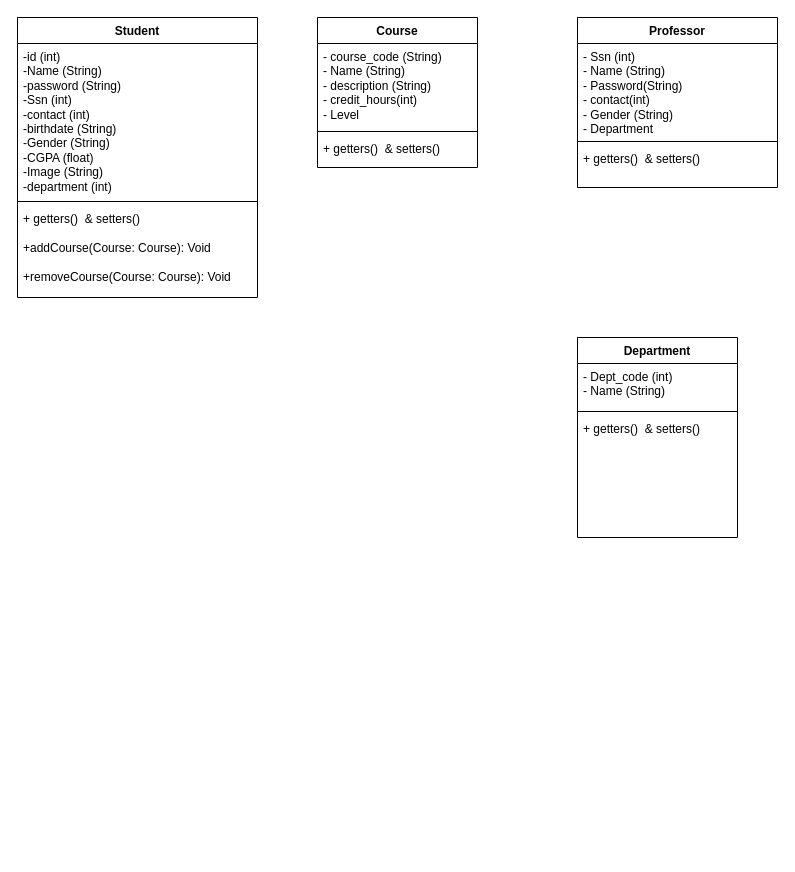
Earlier version of the draw.io diagram diagrams/Untitled Diagram.drawio (DiaaAhmedHassan/university_system). Source tidied: cells renumbered, new cells numbered last; positions are measured from the earlier drawing's top-left corner, leaving out a move shared by most shapes. Both pictures are drawn from the tidied source at 100%, with x=0, y=0 at pixel (17, 17).
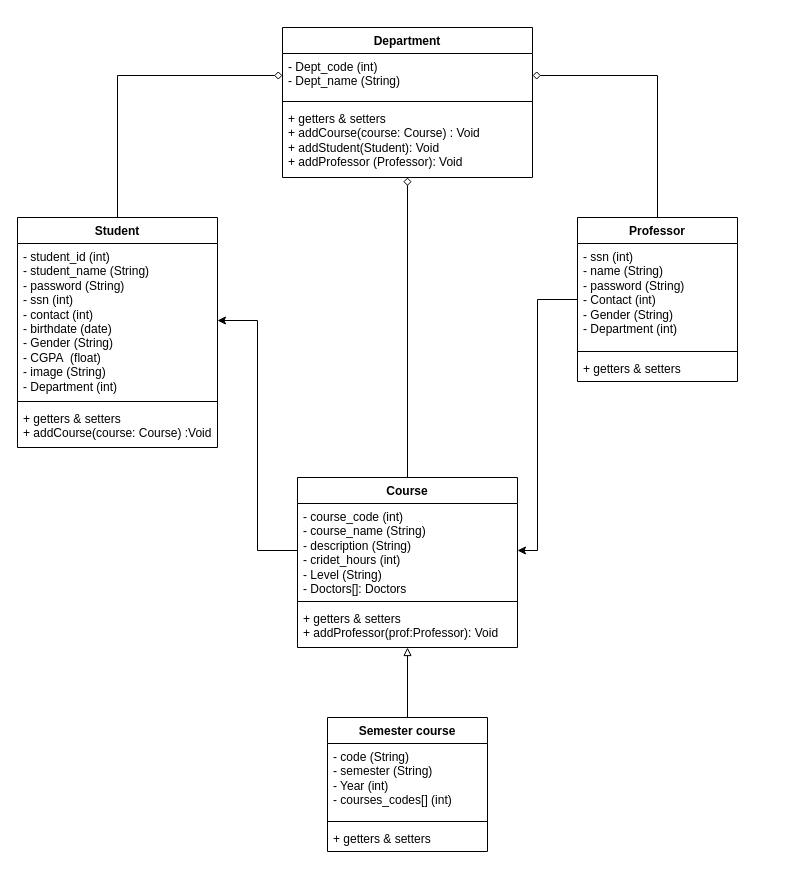
The same diagram, later.

Diff of the diagram source:
```diff
@@
+    <mxCell id="14" value="Department" style="swimlane;fontStyle=1;align=center;verticalAlign=top;horizontal=1;startSize=26;whiteSpace=wrap;html=1;" parent="1" vertex="1">
+      <mxGeometry x="265" y="10" width="250" height="150" as="geometry" />
+    </mxCell>
+    <mxCell id="18" value="- Dept_code (int)&lt;br&gt;- Dept_name (String)" style="text;strokeColor=none;fillColor=none;align=left;verticalAlign=top;spacingLeft=4;spacingRight=4;overflow=hidden;points=[[0,0.5],[1,0.5]];portConstraint=eastwest;whiteSpace=wrap;html=1;" parent="14" vertex="1">
+      <mxGeometry y="26" width="250" height="44" as="geometry" />
+    </mxCell>
+    <mxCell id="19" style="line;strokeWidth=1;fillColor=none;align=left;verticalAlign=middle;spacingTop=-1;spacingLeft=3;spacingRight=3;labelPosition=right;strokeColor=inherit;" parent="14" vertex="1">
+      <mxGeometry y="70" width="250" height="8" as="geometry" />
+    </mxCell>
+    <mxCell id="20" value="+ getters &amp;amp; setters&lt;br&gt;+ addCourse(course: Course) : Void&lt;br&gt;+ addStudent(Student): Void&lt;br&gt;+ addProfessor (Professor): Void" style="text;strokeColor=none;fillColor=none;align=left;verticalAlign=top;spacingLeft=4;spacingRight=4;overflow=hidden;points=[[0,0.5],[1,0.5]];portConstraint=eastwest;whiteSpace=wrap;html=1;" parent="14" vertex="1">
+      <mxGeometry y="78" width="250" height="72" as="geometry" />
+    </mxCell>
+    <mxCell id="21" style="edgeStyle=orthogonalEdgeStyle;rounded=0;jettySize=auto;html=1;entryX=0;entryY=0.5;entryDx=0;entryDy=0;endArrow=diamond;endFill=0;" parent="1" edge="1" source="2" target="18">
+      <mxGeometry relative="1" as="geometry" />
+    </mxCell>
     <mxCell id="2" value="Student" style="swimlane;fontStyle=1;align=center;verticalAlign=top;horizontal=1;startSize=26;whiteSpace=wrap;html=1;" parent="1" vertex="1">
-      <mxGeometry width="240" height="280" as="geometry" />
+      <mxGeometry y="200" width="200" height="230" as="geometry" />
     </mxCell>
-    <mxCell id="3" value="-id (int)&lt;br&gt;-Name (String)&lt;br&gt;-password (String)&lt;br&gt;-Ssn (int)&lt;br&gt;-contact (int)&lt;br&gt;-birthdate (String)&lt;br&gt;-Gender (String)&lt;br&gt;-CGPA (float)&lt;br&gt;-Image (String)&lt;br&gt;-department (int)" style="text;strokeColor=none;fillColor=none;align=left;verticalAlign=top;spacingLeft=4;spacingRight=4;overflow=hidden;whiteSpace=wrap;html=1;" parent="2" vertex="1">
-      <mxGeometry y="26" width="240" height="154" as="geometry" />
-    </mxCell>
-    <mxCell id="4" style="line;strokeWidth=1;fillColor=none;align=left;verticalAlign=middle;spacingTop=-1;spacingLeft=3;spacingRight=3;labelPosition=right;strokeColor=inherit;" parent="2" vertex="1">
-      <mxGeometry y="180" width="240" height="8" as="geometry" />
-    </mxCell>
-    <mxCell id="5" value="+ getters()&amp;nbsp; &amp;amp; setters()&lt;br&gt;&lt;br&gt;+addCourse(Course: Course): Void&lt;br&gt;&lt;br&gt;+removeCourse(Course: Course): Void&lt;br&gt;" style="text;strokeColor=none;fillColor=none;align=left;verticalAlign=top;spacingLeft=4;spacingRight=4;overflow=hidden;whiteSpace=wrap;html=1;" parent="2" vertex="1">
-      <mxGeometry y="188" width="240" height="92" as="geometry" />
-    </mxCell>
+    <mxCell id="22" value="- student_id (int)&lt;br&gt;- student_name (String)&lt;br&gt;- password (String)&lt;br&gt;- ssn (int)&lt;br&gt;- contact (int)&lt;br&gt;- birthdate (date)&lt;br&gt;- Gender (String)&lt;br&gt;- CGPA&amp;nbsp; (float)&lt;br&gt;- image (String)&lt;br&gt;- Department (int)&lt;div&gt;&lt;br/&gt;&lt;/div&gt;" style="text;strokeColor=none;fillColor=none;align=left;verticalAlign=top;spacingLeft=4;spacingRight=4;overflow=hidden;points=[[0,0.5],[1,0.5]];portConstraint=eastwest;whiteSpace=wrap;html=1;" parent="2" vertex="1">
+      <mxGeometry y="26" width="200" height="154" as="geometry" />
+    </mxCell>
+    <mxCell id="23" style="line;strokeWidth=1;fillColor=none;align=left;verticalAlign=middle;spacingTop=-1;spacingLeft=3;spacingRight=3;labelPosition=right;strokeColor=inherit;" parent="2" vertex="1">
+      <mxGeometry y="180" width="200" height="8" as="geometry" />
+    </mxCell>
+    <mxCell id="24" value="+ getters &amp;amp; setters&lt;br&gt;+ addCourse(course: Course) :Void" style="text;strokeColor=none;fillColor=none;align=left;verticalAlign=top;spacingLeft=4;spacingRight=4;overflow=hidden;whiteSpace=wrap;html=1;" parent="2" vertex="1">
+      <mxGeometry y="188" width="200" height="42" as="geometry" />
+    </mxCell>
+    <mxCell id="25" style="edgeStyle=orthogonalEdgeStyle;rounded=0;jettySize=auto;html=1;entryX=1;entryY=0.5;entryDx=0;entryDy=0;" parent="1" edge="1" source="6" target="30">
+      <mxGeometry relative="1" as="geometry">
+        <Array as="points">
+          <mxPoint x="520" y="282" />
+          <mxPoint x="520" y="533" />
+        </Array>
+      </mxGeometry>
+    </mxCell>
+    <mxCell id="26" style="edgeStyle=orthogonalEdgeStyle;rounded=0;jettySize=auto;html=1;entryX=1;entryY=0.5;entryDx=0;entryDy=0;endArrow=diamond;endFill=0;" parent="1" edge="1" source="6" target="18">
+      <mxGeometry relative="1" as="geometry" />
+    </mxCell>
     <mxCell id="6" value="Professor" style="swimlane;fontStyle=1;align=center;verticalAlign=top;horizontal=1;startSize=26;whiteSpace=wrap;html=1;" parent="1" vertex="1">
-      <mxGeometry x="560" width="200" height="170" as="geometry" />
+      <mxGeometry x="560" y="200" width="160" height="164" as="geometry" />
     </mxCell>
-    <mxCell id="7" value="- Ssn (int)&lt;br&gt;- Name (String)&lt;br&gt;- Password(String)&lt;br&gt;- contact(int)&lt;br&gt;- Gender (String)&lt;br&gt;- Department" style="text;strokeColor=none;fillColor=none;align=left;verticalAlign=top;spacingLeft=4;spacingRight=4;overflow=hidden;whiteSpace=wrap;html=1;" parent="6" vertex="1">
-      <mxGeometry y="26" width="200" height="94" as="geometry" />
-    </mxCell>
-    <mxCell id="8" style="line;strokeWidth=1;fillColor=none;align=left;verticalAlign=middle;spacingTop=-1;spacingLeft=3;spacingRight=3;labelPosition=right;strokeColor=inherit;" parent="6" vertex="1">
-      <mxGeometry y="120" width="200" height="8" as="geometry" />
-    </mxCell>
-    <mxCell id="9" value="+ getters()&amp;nbsp; &amp;amp; setters()&lt;br&gt;&lt;br&gt;" style="text;strokeColor=none;fillColor=none;align=left;verticalAlign=top;spacingLeft=4;spacingRight=4;overflow=hidden;whiteSpace=wrap;html=1;" parent="6" vertex="1">
-      <mxGeometry y="128" width="200" height="42" as="geometry" />
-    </mxCell>
+    <mxCell id="27" value="- ssn (int)&lt;br&gt;- name (String)&lt;br&gt;- password (String)&lt;br&gt;- Contact (int)&lt;br&gt;- Gender (String)&lt;br&gt;- Department (int)" style="text;strokeColor=none;fillColor=none;align=left;verticalAlign=top;spacingLeft=4;spacingRight=4;overflow=hidden;whiteSpace=wrap;html=1;" parent="6" vertex="1">
+      <mxGeometry y="26" width="160" height="104" as="geometry" />
+    </mxCell>
+    <mxCell id="28" style="line;strokeWidth=1;fillColor=none;align=left;verticalAlign=middle;spacingTop=-1;spacingLeft=3;spacingRight=3;labelPosition=right;strokeColor=inherit;" parent="6" vertex="1">
+      <mxGeometry y="130" width="160" height="8" as="geometry" />
+    </mxCell>
+    <mxCell id="29" value="+ getters &amp;amp; setters" style="text;strokeColor=none;fillColor=none;align=left;verticalAlign=top;spacingLeft=4;spacingRight=4;overflow=hidden;whiteSpace=wrap;html=1;" parent="6" vertex="1">
+      <mxGeometry y="138" width="160" height="26" as="geometry" />
+    </mxCell>
     <mxCell id="10" value="Course" style="swimlane;fontStyle=1;align=center;verticalAlign=top;horizontal=1;startSize=26;whiteSpace=wrap;html=1;" parent="1" vertex="1">
-      <mxGeometry x="300" width="160" height="150" as="geometry" />
+      <mxGeometry x="280" y="460" width="220" height="170" as="geometry" />
     </mxCell>
-    <mxCell id="11" value="- course_code (String)&lt;br&gt;- Name (String)&lt;br&gt;- description (String)&lt;br&gt;- credit_hours(int)&lt;br&gt;- Level" style="text;strokeColor=none;fillColor=none;align=left;verticalAlign=top;spacingLeft=4;spacingRight=4;overflow=hidden;whiteSpace=wrap;html=1;" parent="10" vertex="1">
-      <mxGeometry y="26" width="160" height="84" as="geometry" />
-    </mxCell>
-    <mxCell id="12" style="line;strokeWidth=1;fillColor=none;align=left;verticalAlign=middle;spacingTop=-1;spacingLeft=3;spacingRight=3;labelPosition=right;strokeColor=inherit;" parent="10" vertex="1">
-      <mxGeometry y="110" width="160" height="8" as="geometry" />
-    </mxCell>
-    <mxCell id="13" value="+ getters()&amp;nbsp; &amp;amp; setters()&lt;br style=&quot;border-color: var(--border-color);&quot;&gt;&lt;br&gt;" style="text;strokeColor=none;fillColor=none;align=left;verticalAlign=top;spacingLeft=4;spacingRight=4;overflow=hidden;whiteSpace=wrap;html=1;" parent="10" vertex="1">
-      <mxGeometry y="118" width="160" height="32" as="geometry" />
-    </mxCell>
-    <mxCell id="14" value="Department" style="swimlane;fontStyle=1;align=center;verticalAlign=top;horizontal=1;startSize=26;whiteSpace=wrap;html=1;" parent="1" vertex="1">
-      <mxGeometry x="560" y="320" width="160" height="200" as="geometry" />
-    </mxCell>
-    <mxCell id="15" value="- Dept_code (int)&lt;br&gt;- Name (String)" style="text;strokeColor=none;fillColor=none;align=left;verticalAlign=top;spacingLeft=4;spacingRight=4;overflow=hidden;whiteSpace=wrap;html=1;" parent="14" vertex="1">
-      <mxGeometry y="26" width="160" height="44" as="geometry" />
-    </mxCell>
-    <mxCell id="16" style="line;strokeWidth=1;fillColor=none;align=left;verticalAlign=middle;spacingTop=-1;spacingLeft=3;spacingRight=3;labelPosition=right;strokeColor=inherit;" parent="14" vertex="1">
-      <mxGeometry y="70" width="160" height="8" as="geometry" />
-    </mxCell>
-    <mxCell id="17" value="+ getters()&amp;nbsp; &amp;amp; setters()&lt;br style=&quot;border-color: var(--border-color);&quot;&gt;" style="text;strokeColor=none;fillColor=none;align=left;verticalAlign=top;spacingLeft=4;spacingRight=4;overflow=hidden;whiteSpace=wrap;html=1;" parent="14" vertex="1">
-      <mxGeometry y="78" width="160" height="122" as="geometry" />
-    </mxCell>
+    <mxCell id="30" value="- course_code (int)&lt;br&gt;- course_name (String)&lt;br&gt;- description (String)&lt;br&gt;- cridet_hours (int)&lt;br&gt;- Level (String)&lt;br&gt;- Doctors[]: Doctors" style="text;strokeColor=none;fillColor=none;align=left;verticalAlign=top;spacingLeft=4;spacingRight=4;overflow=hidden;points=[[0,0.5],[1,0.5]];portConstraint=eastwest;whiteSpace=wrap;html=1;" parent="10" vertex="1">
+      <mxGeometry y="26" width="220" height="94" as="geometry" />
+    </mxCell>
+    <mxCell id="31" style="line;strokeWidth=1;fillColor=none;align=left;verticalAlign=middle;spacingTop=-1;spacingLeft=3;spacingRight=3;labelPosition=right;strokeColor=inherit;" parent="10" vertex="1">
+      <mxGeometry y="120" width="220" height="8" as="geometry" />
+    </mxCell>
+    <mxCell id="32" value="+ getters &amp;amp; setters&lt;br&gt;+ addProfessor(prof:Professor): Void" style="text;strokeColor=none;fillColor=none;align=left;verticalAlign=top;spacingLeft=4;spacingRight=4;overflow=hidden;points=[[0,0.5],[1,0.5]];portConstraint=eastwest;whiteSpace=wrap;html=1;" parent="10" vertex="1">
+      <mxGeometry y="128" width="220" height="42" as="geometry" />
+    </mxCell>
+    <mxCell id="33" value="Semester course" style="swimlane;fontStyle=1;align=center;verticalAlign=top;horizontal=1;startSize=26;whiteSpace=wrap;html=1;" parent="1" vertex="1">
+      <mxGeometry x="310" y="700" width="160" height="134" as="geometry" />
+    </mxCell>
+    <mxCell id="34" value="- code (String)&lt;br&gt;- semester (String)&lt;br&gt;- Year (int)&lt;br&gt;- courses_codes[] (int)" style="text;strokeColor=none;fillColor=none;align=left;verticalAlign=top;spacingLeft=4;spacingRight=4;overflow=hidden;whiteSpace=wrap;html=1;" parent="33" vertex="1">
+      <mxGeometry y="26" width="160" height="74" as="geometry" />
+    </mxCell>
+    <mxCell id="35" style="line;strokeWidth=1;fillColor=none;align=left;verticalAlign=middle;spacingTop=-1;spacingLeft=3;spacingRight=3;labelPosition=right;strokeColor=inherit;" parent="33" vertex="1">
+      <mxGeometry y="100" width="160" height="8" as="geometry" />
+    </mxCell>
+    <mxCell id="36" value="+ getters &amp;amp; setters" style="text;strokeColor=none;fillColor=none;align=left;verticalAlign=top;spacingLeft=4;spacingRight=4;overflow=hidden;whiteSpace=wrap;html=1;" parent="33" vertex="1">
+      <mxGeometry y="108" width="160" height="26" as="geometry" />
+    </mxCell>
+    <mxCell id="37" style="rounded=0;jettySize=auto;html=1;endArrow=block;endFill=0;" parent="1" edge="1" source="33" target="32">
+      <mxGeometry relative="1" as="geometry" />
+    </mxCell>
+    <mxCell id="38" style="edgeStyle=orthogonalEdgeStyle;rounded=0;jettySize=auto;html=1;" parent="1" edge="1" source="30" target="22">
+      <mxGeometry relative="1" as="geometry" />
+    </mxCell>
+    <mxCell id="39" style="rounded=0;jettySize=auto;html=1;endArrow=diamond;endFill=0;" parent="1" edge="1" source="10" target="20">
+      <mxGeometry relative="1" as="geometry" />
+    </mxCell>
```
